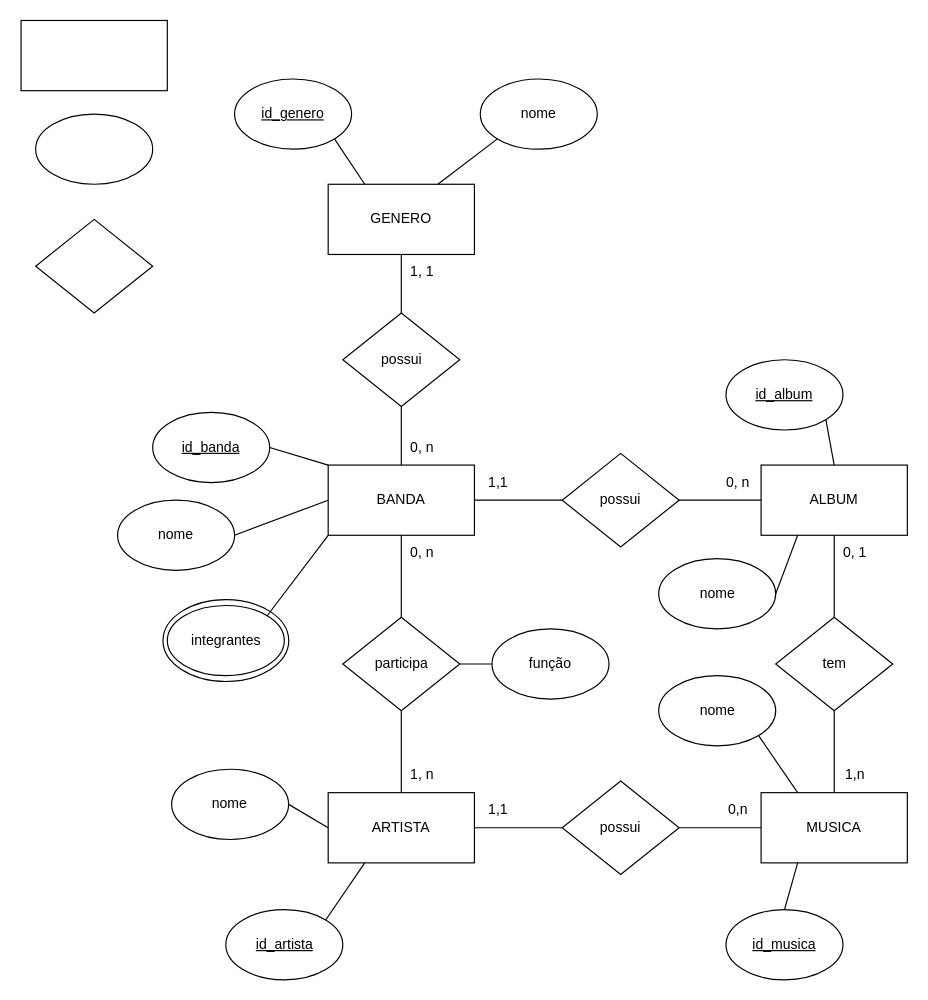
The draw.io diagram BD1/Lista de BD1 entidade relacionamento/Q5.drawio in MarcosWillianAP1K/Atividade_Faculdade, before the edit. Source tidied: cells renumbered, new cells numbered last; positions are measured from the earlier drawing's top-left corner, leaving out a move shared by most shapes. Both pictures are drawn from the tidied source at 117%, with x=0, y=0 at pixel (21, 20).
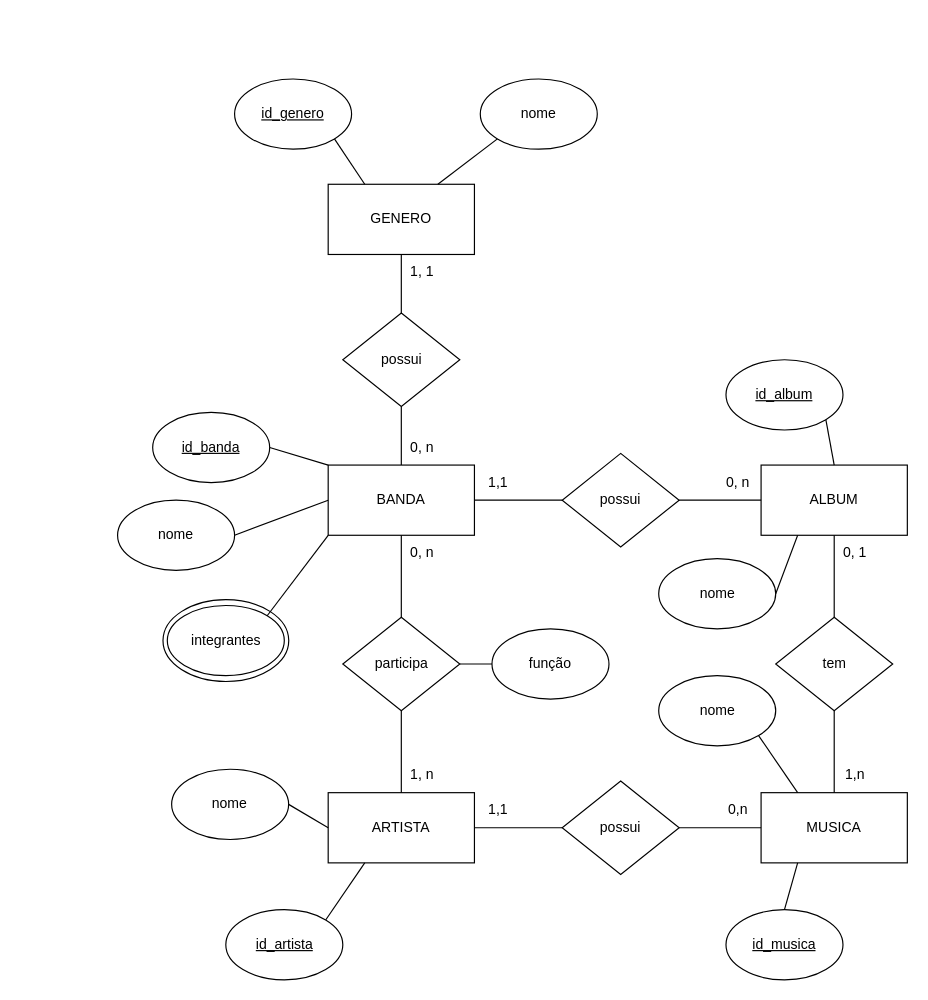
After the change.

Commit message (it also covers changes not shown here):
BD1 Modelo relacional (Q5)

Diff of the diagram source:
```diff
@@
-    <mxCell id="3" style="ellipse;whiteSpace=wrap;html=1;" parent="1" vertex="1">
-      <mxGeometry x="12" y="80" width="100" height="60" as="geometry" />
-    </mxCell>
-    <mxCell id="4" style="rounded=0;whiteSpace=wrap;html=1;" parent="1" vertex="1">
-      <mxGeometry x="-0.5" width="125" height="60" as="geometry" />
-    </mxCell>
-    <mxCell id="5" style="rhombus;whiteSpace=wrap;html=1;" parent="1" vertex="1">
-      <mxGeometry x="12" y="170" width="100" height="80" as="geometry" />
-    </mxCell>
```
